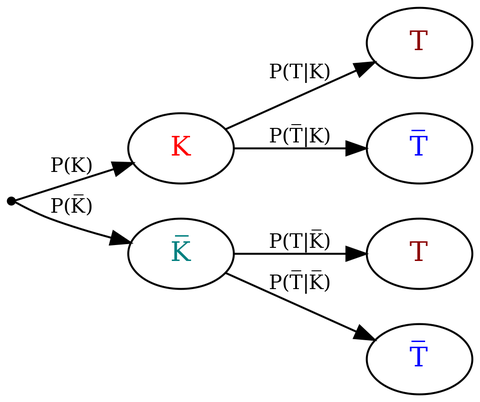
Earlier version of the Graphviz export images/baum2_farbig.png (IFAFMultiLA/TestgenauigkeitBayes). Its source is kept beside it as images/baum2_farbig.dot. The source it was exported from:
```dot
digraph {

graph [rankdir = "LR"]



  "1" [label = "", shape = "point", fontcolor = ""]
  "2" [label = "K", shape = "ellipse", fontcolor = "#FF0000"]
  "3" [label = "T", shape = "ellipse", fontcolor = "#8b0000"]
  "4" [label = "T&#773;", shape = "ellipse", fontcolor = "#0000ff"]
  "5" [label = "K&#773;", shape = "ellipse", fontcolor = "#008080"]
  "6" [label = "T", shape = "ellipse", fontcolor = "#8b0000"]
  "7" [label = "T&#773;", shape = "ellipse", fontcolor = "#0000ff"]
"1"->"2" [fontsize = "10", label = "P(K)"]
"1"->"5" [fontsize = "10", label = "P(K&#773;)"]
"2"->"3" [fontsize = "10", label = "P(T|K)"]
"2"->"4" [fontsize = "10", label = "P(T&#773;|K)"]
"5"->"6" [fontsize = "10", label = "P(T|K&#773;)"]
"5"->"7" [fontsize = "10", label = "P(T&#773;|K&#773;)"]
}
```
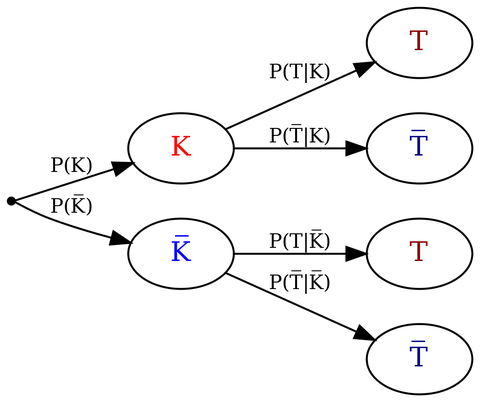
Later version of the same file.

The edit, as a diff of the source:
```diff
@@ -7,10 +7,10 @@
   "1" [label = "", shape = "point", fontcolor = ""]
   "2" [label = "K", shape = "ellipse", fontcolor = "#FF0000"]
   "3" [label = "T", shape = "ellipse", fontcolor = "#8b0000"]
-  "4" [label = "T&#773;", shape = "ellipse", fontcolor = "#0000ff"]
-  "5" [label = "K&#773;", shape = "ellipse", fontcolor = "#008080"]
+  "4" [label = "T&#773;", shape = "ellipse", fontcolor = "#000080"]
+  "5" [label = "K&#773;", shape = "ellipse", fontcolor = "#0000ff"]
   "6" [label = "T", shape = "ellipse", fontcolor = "#8b0000"]
-  "7" [label = "T&#773;", shape = "ellipse", fontcolor = "#0000ff"]
+  "7" [label = "T&#773;", shape = "ellipse", fontcolor = "#000080"]
 "1"->"2" [fontsize = "10", label = "P(K)"]
 "1"->"5" [fontsize = "10", label = "P(K&#773;)"]
 "2"->"3" [fontsize = "10", label = "P(T|K)"]
```
